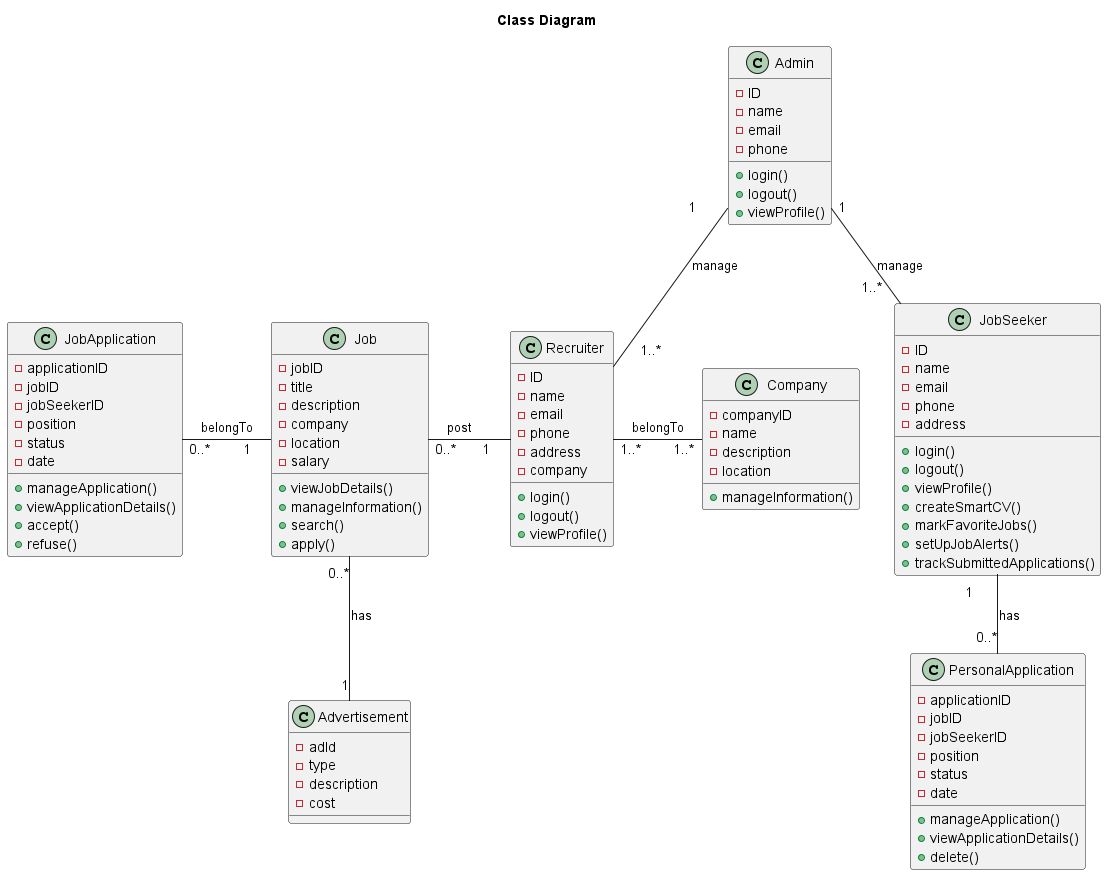
The PlantUML diagram Lab1/Lab 1.2/Class_Diagram.png in nguyentanhueqn123/SE357.O12.PMCL.1, before a commit. The source it was exported from:
```plantuml
@startuml
title Class Diagram

class JobSeeker {
  - ID
  - name
  - email
  - phone
  - address
  + login()
  + logout()
  + viewProfile()
  + createSmartCV()
  + markFavoriteJobs()
  + setUpJobAlerts()
  + trackSubmittedApplications()
}

class Recruiter {
  - ID
  - name
  - email
  - phone
  - address
  - company
  + login()
  + logout()
  + viewProfile()
}

class Admin {
  - ID
  - name
  - email
  - phone
  + login()
  + logout()
  + viewProfile()
}

class Company {
  - companyID
  - name
  - description
  - location
  + manageInformation()
}

class Job {
  - jobID
  - title
  - description
  - company
  - location
  - salary
  + viewJobDetails()
  + manageInformation()
  + search()
  + apply()
}

class Advertisement {
  - adId
  - type
  - description
  - cost
}

class JobApplication {
  - applicationID
  - jobID
  - jobSeekerID
  - position
  - status
  - date
  + manageApplication()
  + viewApplicationDetails()
  + accept()
  + refuse()
}

class PersonalApplication {
  - applicationID
  - jobID
  - jobSeekerID
  - position
  - status
  - date
  + manageApplication()
  + viewApplicationDetails()
  + delete()
}

JobSeeker "1      " -- "0..*" PersonalApplication : "has    "
JobApplication "0..*" - "1   " Job : "belongTo"
Job "0..*" - "1   " Recruiter: "post     "
Recruiter "1..*" - "1..*" Company : belongTo
Job "0..*" -- "1" Advertisement : has

Admin "1      " -- "1..*   " JobSeeker : "manage  "
Admin "1      "  -- "     1..* " Recruiter : manage

@enduml
```
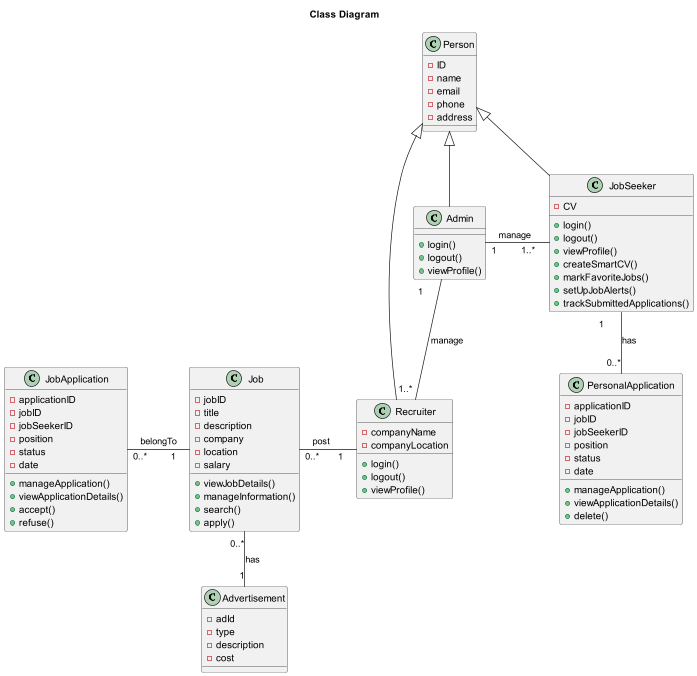
After the commit.

Commit message:
Update Class Diagram

What changed in the source:
```diff
@@ -1,12 +1,16 @@
 @startuml
 title Class Diagram
 
-class JobSeeker {
+class Person{
   - ID
   - name
   - email
   - phone
   - address
+}
+
+class JobSeeker {
+  - CV
   + login()
   + logout()
   + viewProfile()
@@ -17,34 +21,20 @@
 }
 
 class Recruiter {
-  - ID
-  - name
-  - email
-  - phone
-  - address
-  - company
+  - companyName
+  - companyLocation
   + login()
   + logout()
   + viewProfile()
 }
 
 class Admin {
-  - ID
-  - name
-  - email
-  - phone
+
   + login()
   + logout()
   + viewProfile()
 }
 
-class Company {
-  - companyID
-  - name
-  - description
-  - location
-  + manageInformation()
-}
 
 class Job {
   - jobID
@@ -91,13 +81,17 @@
   + delete()
 }
 
+
+Person <|-- Admin
+Person <|-- JobSeeker
+Person <|-- Recruiter
+
 JobSeeker "1      " -- "0..*" PersonalApplication : "has    "
 JobApplication "0..*" - "1   " Job : "belongTo"
 Job "0..*" - "1   " Recruiter: "post     "
-Recruiter "1..*" - "1..*" Company : belongTo
 Job "0..*" -- "1" Advertisement : has
 
-Admin "1      " -- "1..*   " JobSeeker : "manage  "
+Admin "1      " - "1..*   " JobSeeker : "manage  "
 Admin "1      "  -- "     1..* " Recruiter : manage
 
 @enduml
```
